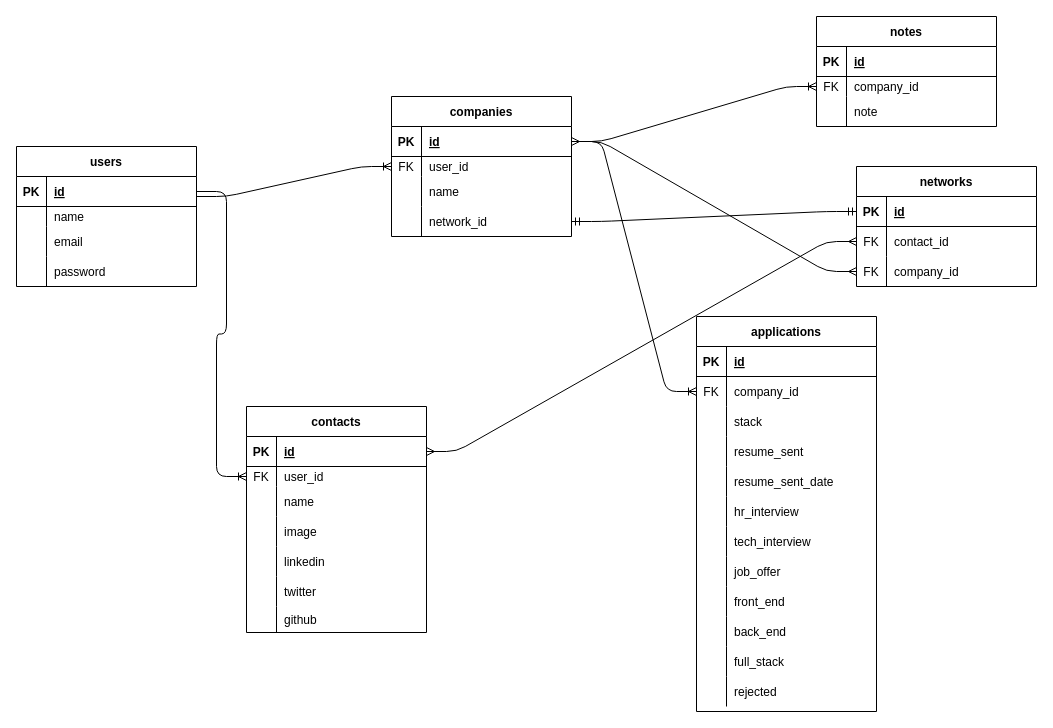
The draw.io diagram project_planning/Diagram.drawio in hopeVaughn/job_map, before the edit. Source tidied: cells renumbered, new cells numbered last; positions are measured from the earlier drawing's top-left corner, leaving out a move shared by most shapes. Both pictures are drawn from the tidied source at 100%, with x=0, y=0 at pixel (16, 16).
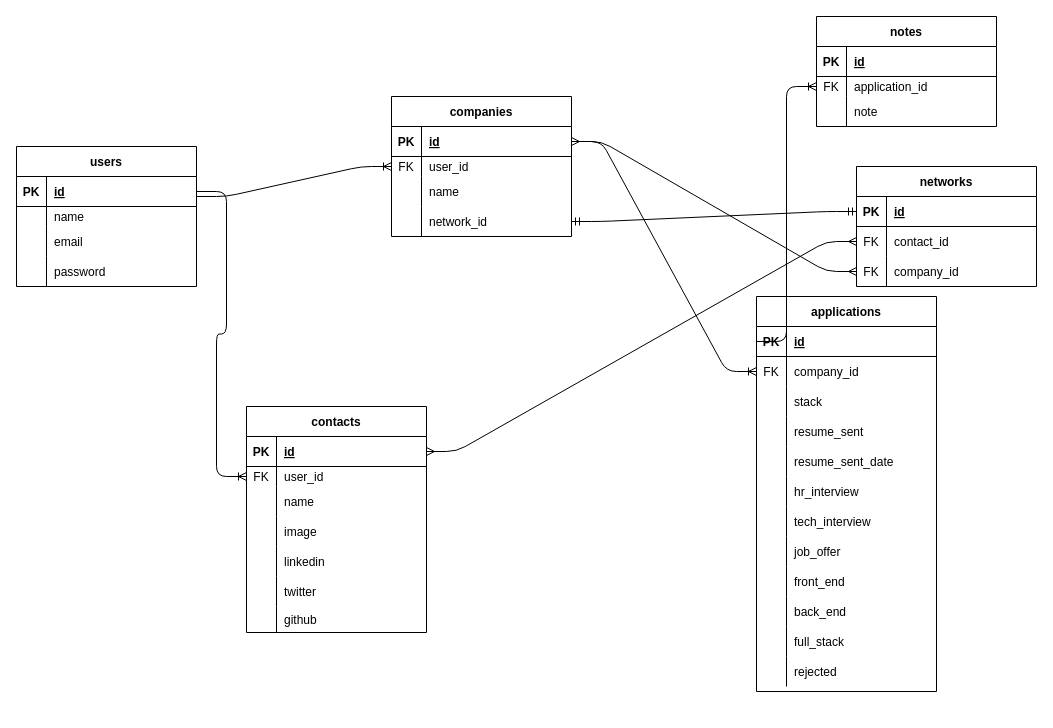
After the change.

Unchanged cells that the change refers to:
```xml
<mxCell id="3" style="shape=partialRectangle;fillColor=none;top=0;left=0;bottom=1;right=0;points=[[0,0.5],[1,0.5]];portConstraint=eastwest;" parent="2" vertex="1">
  <mxGeometry y="30" width="180" height="30" as="geometry" />
</mxCell>
<mxCell id="29" style="shape=partialRectangle;fillColor=none;top=0;left=0;bottom=1;right=0;points=[[0,0.5],[1,0.5]];portConstraint=eastwest;" parent="28" vertex="1">
  <mxGeometry y="30" width="180" height="30" as="geometry" />
</mxCell>
<mxCell id="69" style="shape=partialRectangle;fillColor=none;top=0;left=0;bottom=0;right=0;points=[[0,0.5],[1,0.5]];portConstraint=eastwest;" parent="65" vertex="1">
  <mxGeometry y="60" width="180" height="20" as="geometry" />
</mxCell>
```

Change to the diagram source:
```diff
@@
     <mxCell id="28" value="applications" style="shape=table;startSize=30;childLayout=tableLayout;rowLines=0;fontStyle=1;align=center;" parent="1" vertex="1">
-      <mxGeometry x="680" y="300" width="180" height="395" as="geometry" />
+      <mxGeometry x="740" y="280" width="180" height="395" as="geometry" />
     </mxCell>
@@
-    <mxCell id="71" value="company_id" style="shape=partialRectangle;fillColor=none;top=0;left=0;bottom=0;right=0;align=left;spacingLeft=6;overflow=hidden;" parent="69" vertex="1">
+    <mxCell id="71" value="application_id" style="shape=partialRectangle;fillColor=none;top=0;left=0;bottom=0;right=0;align=left;spacingLeft=6;overflow=hidden;" parent="69" vertex="1">
       <mxGeometry x="30" width="150" height="20" as="geometry" />
     </mxCell>
@@
-    <mxCell id="107" style="edgeStyle=entityRelationEdgeStyle;fontSize=12;html=1;endArrow=ERoneToMany;exitX=1;exitY=0.5;exitDx=0;exitDy=0;entryX=0;entryY=0.5;entryDx=0;entryDy=0;" parent="1" edge="1" source="3" target="69">
+    <mxCell id="107" style="edgeStyle=entityRelationEdgeStyle;fontSize=12;html=1;endArrow=ERoneToMany;exitX=0;exitY=0.5;exitDx=0;exitDy=0;entryX=0;entryY=0.5;entryDx=0;entryDy=0;" parent="1" edge="1" source="29" target="69">
       <mxGeometry relative="1" as="geometry" />
     </mxCell>
```
